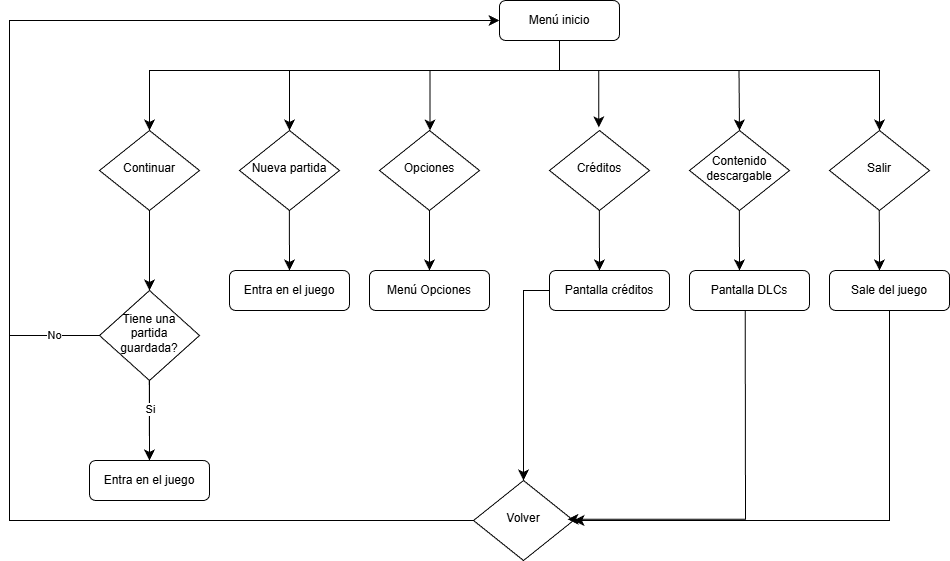
Earlier version of the draw.io export Imagenes_README/DiagramaflujoMenuPrincipal.drawio.png (TheBigBoneTeam/Proyecto_Coyote). Source tidied: cells renumbered, new cells last; positions are measured from the earlier drawing's top-left corner, leaving out a move shared by most shapes.
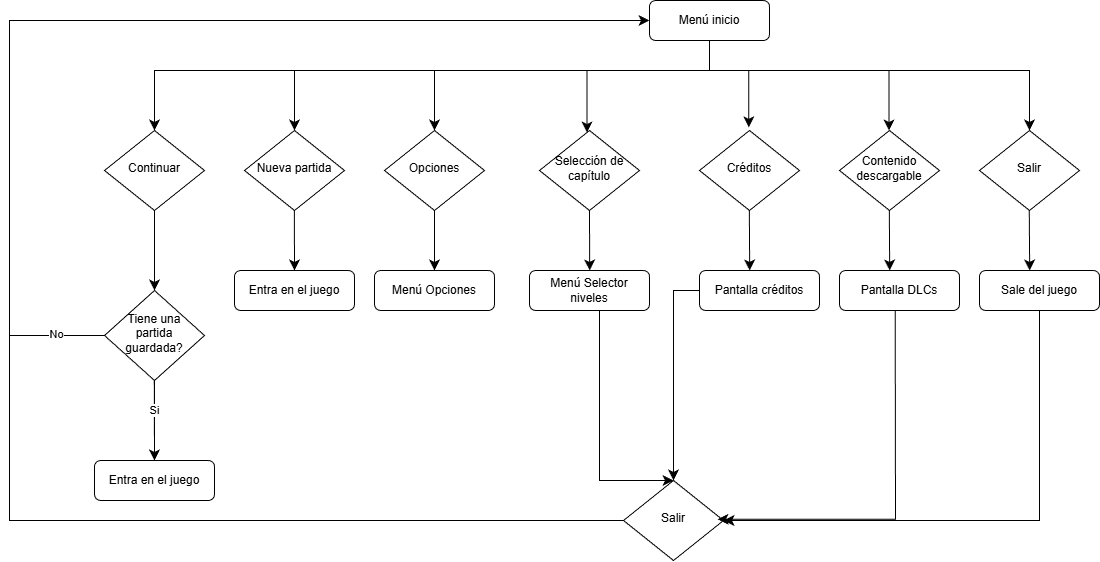
Later version of the same file.

Change to the diagram source:
```diff
@@ -3,13 +3,13 @@
     <mxCell id="0" />
     <mxCell id="1" parent="0" />
     <mxCell id="2" value="Continuar" style="rhombus;whiteSpace=wrap;html=1;shadow=0;fontFamily=Helvetica;fontSize=12;align=center;strokeWidth=1;spacing=6;spacingTop=-4;" parent="1" vertex="1">
-      <mxGeometry x="90" y="130" width="100" height="80" as="geometry" />
+      <mxGeometry x="-55" y="130" width="100" height="80" as="geometry" />
     </mxCell>
     <mxCell id="3" value="Entra en el juego" style="rounded=1;whiteSpace=wrap;html=1;fontSize=12;glass=0;strokeWidth=1;shadow=0;" parent="1" vertex="1">
-      <mxGeometry x="80" y="460" width="120" height="40" as="geometry" />
+      <mxGeometry x="-65" y="460" width="120" height="40" as="geometry" />
     </mxCell>
     <mxCell id="4" value="Menú Opciones" style="rounded=1;whiteSpace=wrap;html=1;fontSize=12;glass=0;strokeWidth=1;shadow=0;" parent="1" vertex="1">
-      <mxGeometry x="360" y="270" width="120" height="40" as="geometry" />
+      <mxGeometry x="215" y="270" width="120" height="40" as="geometry" />
     </mxCell>
     <mxCell id="5" style="edgeStyle=segmentEdgeStyle;endArrow=classic;html=1;curved=0;rounded=0;endSize=8;startSize=8;entryX=0.5;entryY=0;entryDx=0;entryDy=0;" parent="1" edge="1" target="2">
       <mxGeometry relative="1" as="geometry">
@@ -17,7 +17,7 @@
         <Array as="points">
           <mxPoint x="550" y="40" />
           <mxPoint x="550" y="70" />
-          <mxPoint x="140" y="70" />
+          <mxPoint x="-5" y="70" />
         </Array>
       </mxGeometry>
     </mxCell>
@@ -28,20 +28,19 @@
       <mxGeometry relative="1" as="geometry" />
     </mxCell>
     <mxCell id="8" value="Opciones" style="rhombus;whiteSpace=wrap;html=1;shadow=0;fontFamily=Helvetica;fontSize=12;align=center;strokeWidth=1;spacing=6;spacingTop=-4;" parent="1" vertex="1">
-      <mxGeometry x="370" y="130" width="100" height="80" as="geometry" />
+      <mxGeometry x="225" y="130" width="100" height="80" as="geometry" />
     </mxCell>
     <mxCell id="9" style="edgeStyle=elbowEdgeStyle;elbow=horizontal;endArrow=classic;html=1;curved=0;rounded=0;endSize=8;startSize=8;entryX=0.5;entryY=0;entryDx=0;entryDy=0;" parent="1" edge="1">
       <mxGeometry relative="1" as="geometry">
-        <mxPoint x="420" y="210" as="sourcePoint" />
-        <mxPoint x="419.9" y="270" as="targetPoint" />
+        <mxPoint x="275" y="210" as="sourcePoint" />
+        <mxPoint x="274.9" y="270" as="targetPoint" />
       </mxGeometry>
     </mxCell>
-    <mxCell id="10" style="edgeStyle=elbowEdgeStyle;elbow=horizontal;endArrow=classic;html=1;curved=0;rounded=0;endSize=8;startSize=8;" parent="1" edge="1">
+    <mxCell id="10" style="edgeStyle=elbowEdgeStyle;elbow=horizontal;endArrow=classic;html=1;curved=0;rounded=0;endSize=8;startSize=8;entryX=0.5;entryY=0;entryDx=0;entryDy=0;" parent="1" edge="1" target="8">
       <mxGeometry relative="1" as="geometry">
         <mxPoint x="600" y="70" as="sourcePoint" />
-        <mxPoint x="420" y="130" as="targetPoint" />
         <Array as="points">
-          <mxPoint x="420.5" y="100" />
+          <mxPoint x="275" y="100" />
         </Array>
       </mxGeometry>
     </mxCell>
@@ -85,7 +84,7 @@
         </Array>
       </mxGeometry>
     </mxCell>
-    <mxCell id="19" value="Volver" style="rhombus;whiteSpace=wrap;html=1;shadow=0;fontFamily=Helvetica;fontSize=12;align=center;strokeWidth=1;spacing=6;spacingTop=-4;" parent="1" vertex="1">
+    <mxCell id="19" value="Salir" style="rhombus;whiteSpace=wrap;html=1;shadow=0;fontFamily=Helvetica;fontSize=12;align=center;strokeWidth=1;spacing=6;spacingTop=-4;" parent="1" vertex="1">
       <mxGeometry x="464" y="480" width="100" height="80" as="geometry" />
     </mxCell>
     <mxCell id="20" style="edgeStyle=elbowEdgeStyle;elbow=horizontal;endArrow=classic;html=1;curved=0;rounded=0;endSize=8;startSize=8;exitX=0.498;exitY=1.022;exitDx=0;exitDy=0;exitPerimeter=0;entryX=0.94;entryY=0.484;entryDx=0;entryDy=0;entryPerimeter=0;" parent="1" edge="1" target="19">
@@ -99,28 +98,28 @@
     <mxCell id="21" style="edgeStyle=segmentEdgeStyle;endArrow=classic;html=1;curved=0;rounded=0;endSize=8;startSize=8;exitX=0;exitY=0.5;exitDx=0;exitDy=0;entryX=0;entryY=0.5;entryDx=0;entryDy=0;" parent="1" edge="1" source="19" target="6">
       <mxGeometry relative="1" as="geometry">
         <Array as="points">
-          <mxPoint y="520" />
-          <mxPoint y="20" />
+          <mxPoint x="-150" y="520" />
+          <mxPoint x="-150" y="20" />
         </Array>
       </mxGeometry>
     </mxCell>
     <mxCell id="22" value="Nueva partida" style="rhombus;whiteSpace=wrap;html=1;shadow=0;fontFamily=Helvetica;fontSize=12;align=center;strokeWidth=1;spacing=6;spacingTop=-4;" parent="1" vertex="1">
-      <mxGeometry x="230" y="130" width="100" height="80" as="geometry" />
+      <mxGeometry x="85" y="130" width="100" height="80" as="geometry" />
     </mxCell>
     <mxCell id="23" value="Créditos" style="rhombus;whiteSpace=wrap;html=1;shadow=0;fontFamily=Helvetica;fontSize=12;align=center;strokeWidth=1;spacing=6;spacingTop=-4;" parent="1" vertex="1">
       <mxGeometry x="540" y="130" width="100" height="80" as="geometry" />
     </mxCell>
     <mxCell id="24" style="edgeStyle=elbowEdgeStyle;elbow=horizontal;endArrow=classic;html=1;curved=0;rounded=0;endSize=8;startSize=8;" parent="1" edge="1">
       <mxGeometry relative="1" as="geometry">
-        <mxPoint x="480" y="70" as="sourcePoint" />
-        <mxPoint x="280" y="130" as="targetPoint" />
+        <mxPoint x="335" y="70" as="sourcePoint" />
+        <mxPoint x="135" y="130" as="targetPoint" />
         <Array as="points">
-          <mxPoint x="280" y="100" />
+          <mxPoint x="135" y="100" />
         </Array>
       </mxGeometry>
     </mxCell>
     <mxCell id="25" value="Entra en el juego" style="rounded=1;whiteSpace=wrap;html=1;fontSize=12;glass=0;strokeWidth=1;shadow=0;" parent="1" vertex="1">
-      <mxGeometry x="220" y="270" width="120" height="40" as="geometry" />
+      <mxGeometry x="75" y="270" width="120" height="40" as="geometry" />
     </mxCell>
     <mxCell id="26" value="Sale del juego" style="rounded=1;whiteSpace=wrap;html=1;fontSize=12;glass=0;strokeWidth=1;shadow=0;" parent="1" vertex="1">
       <mxGeometry x="820" y="270" width="120" height="40" as="geometry" />
@@ -139,20 +138,22 @@
     </mxCell>
     <mxCell id="29" style="edgeStyle=elbowEdgeStyle;elbow=horizontal;endArrow=classic;html=1;curved=0;rounded=0;endSize=8;startSize=8;exitX=0.498;exitY=1.022;exitDx=0;exitDy=0;exitPerimeter=0;" parent="1" edge="1">
       <mxGeometry relative="1" as="geometry">
-        <mxPoint x="279.9" y="210" as="sourcePoint" />
-        <mxPoint x="280" y="270" as="targetPoint" />
+        <mxPoint x="134.9" y="210" as="sourcePoint" />
+        <mxPoint x="135" y="270" as="targetPoint" />
       </mxGeometry>
     </mxCell>
-    <mxCell id="30" style="edgeStyle=orthogonalEdgeStyle;rounded=0;jettySize=auto;html=1;" parent="1" edge="1" source="31" target="3">
-      <mxGeometry relative="1" as="geometry" />
+    <mxCell id="30" style="edgeStyle=orthogonalEdgeStyle;rounded=0;jettySize=auto;html=1;" parent="1" edge="1" source="31">
+      <mxGeometry relative="1" as="geometry">
+        <mxPoint x="-5" y="460" as="targetPoint" />
+      </mxGeometry>
     </mxCell>
     <mxCell id="31" value="Tiene una partida guardada?" style="rhombus;whiteSpace=wrap;html=1;shadow=0;fontFamily=Helvetica;fontSize=12;align=center;strokeWidth=1;spacing=6;spacingTop=-4;" parent="1" vertex="1">
-      <mxGeometry x="90" y="290" width="100" height="90" as="geometry" />
+      <mxGeometry x="-55" y="290" width="100" height="90" as="geometry" />
     </mxCell>
     <mxCell id="32" style="edgeStyle=elbowEdgeStyle;elbow=horizontal;endArrow=classic;html=1;curved=0;rounded=0;endSize=8;startSize=8;exitX=0.5;exitY=1;exitDx=0;exitDy=0;" parent="1" edge="1">
       <mxGeometry relative="1" as="geometry">
-        <mxPoint x="139.8" y="380" as="sourcePoint" />
-        <mxPoint x="139.8" y="460" as="targetPoint" />
+        <mxPoint x="-5.2" y="380" as="sourcePoint" />
+        <mxPoint x="-5.2" y="460" as="targetPoint" />
       </mxGeometry>
     </mxCell>
     <mxCell id="33" value="Si" style="edgeLabel;html=1;align=center;verticalAlign=middle;" parent="32" vertex="1">
@@ -160,7 +161,7 @@
     </mxCell>
     <mxCell id="34" style="endArrow=none;html=1;rounded=0;entryX=0;entryY=0.5;entryDx=0;entryDy=0;" parent="1" edge="1" target="31">
       <mxGeometry relative="1" as="geometry">
-        <mxPoint y="335" as="sourcePoint" />
+        <mxPoint x="-150" y="335" as="sourcePoint" />
       </mxGeometry>
     </mxCell>
     <mxCell id="35" value="No" style="edgeLabel;html=1;align=center;verticalAlign=middle;" parent="34" vertex="1">
@@ -180,5 +181,32 @@
         </Array>
       </mxGeometry>
     </mxCell>
+    <mxCell id="38" value="Menú Selector niveles" style="rounded=1;whiteSpace=wrap;html=1;fontSize=12;glass=0;strokeWidth=1;shadow=0;" parent="1" vertex="1">
+      <mxGeometry x="370" y="270" width="120" height="40" as="geometry" />
+    </mxCell>
+    <mxCell id="39" value="Selección de capítulo" style="rhombus;whiteSpace=wrap;html=1;shadow=0;fontFamily=Helvetica;fontSize=12;align=center;strokeWidth=1;spacing=6;spacingTop=-4;" parent="1" vertex="1">
+      <mxGeometry x="380" y="130" width="100" height="80" as="geometry" />
+    </mxCell>
+    <mxCell id="40" style="edgeStyle=elbowEdgeStyle;elbow=horizontal;endArrow=classic;html=1;curved=0;rounded=0;endSize=8;startSize=8;entryX=0.5;entryY=0;entryDx=0;entryDy=0;" parent="1" edge="1">
+      <mxGeometry relative="1" as="geometry">
+        <mxPoint x="430" y="210" as="sourcePoint" />
+        <mxPoint x="429.9" y="270" as="targetPoint" />
+      </mxGeometry>
+    </mxCell>
+    <mxCell id="41" style="edgeStyle=elbowEdgeStyle;elbow=horizontal;endArrow=classic;html=1;curved=0;rounded=0;endSize=8;startSize=8;" parent="1" edge="1" target="39">
+      <mxGeometry relative="1" as="geometry">
+        <mxPoint x="752.5" y="70" as="sourcePoint" />
+        <Array as="points">
+          <mxPoint x="427.5" y="100" />
+        </Array>
+      </mxGeometry>
+    </mxCell>
+    <mxCell id="42" style="edgeStyle=elbowEdgeStyle;elbow=horizontal;endArrow=classic;html=1;curved=0;rounded=0;endSize=8;startSize=8;entryX=0.5;entryY=0;entryDx=0;entryDy=0;exitX=0.5;exitY=1;exitDx=0;exitDy=0;" parent="1" edge="1" source="38" target="19">
+      <mxGeometry relative="1" as="geometry">
+        <Array as="points">
+          <mxPoint x="440" y="420" />
+        </Array>
+      </mxGeometry>
+    </mxCell>
   </root>
 </mxGraphModel>
```
